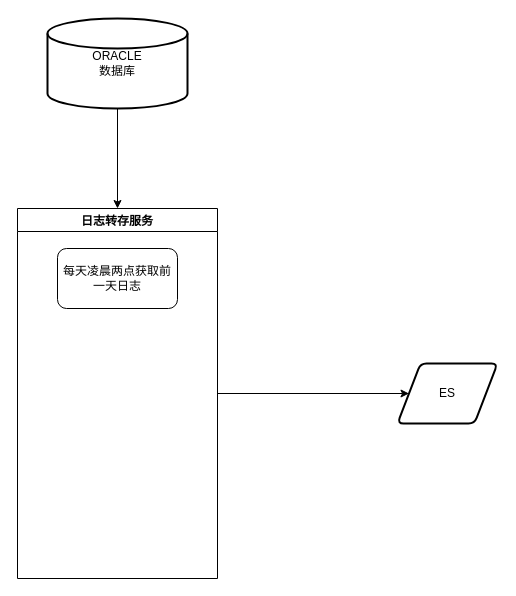
The draw.io diagram page "日志转存流程" (4 of 4) of 流程查找图.drawio in 158698706/tt4a, before the edit. Source tidied: cells renumbered, new cells numbered last; positions are measured from the earlier drawing's top-left corner, leaving out a move shared by most shapes. Both pictures are drawn from the tidied source at 100%, with x=0, y=0 at pixel (17, 18).
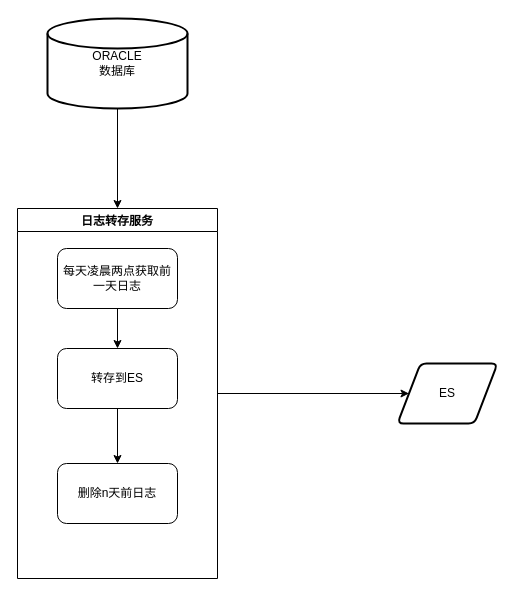
The same diagram, later.

Commit message:
更新流程查找图.drawio

What changed in the source:
```diff
@@
 <mxGraphModel>
   <root>
     <mxCell id="0" />
     <mxCell id="1" parent="0" />
     <mxCell id="2" style="edgeStyle=orthogonalEdgeStyle;rounded=0;jettySize=auto;html=1;entryX=0.5;entryY=0;entryDx=0;entryDy=0;" parent="1" edge="1" source="3" target="6">
       <mxGeometry relative="1" as="geometry" />
     </mxCell>
     <mxCell id="3" value="ORACLE&lt;br&gt;数据库" style="strokeWidth=2;html=1;shape=mxgraph.flowchart.database;whiteSpace=wrap;" parent="1" vertex="1">
       <mxGeometry x="30" width="140" height="90" as="geometry" />
     </mxCell>
     <mxCell id="4" value="ES" style="shape=parallelogram;html=1;strokeWidth=2;perimeter=parallelogramPerimeter;whiteSpace=wrap;rounded=1;arcSize=12;size=0.23;" parent="1" vertex="1">
       <mxGeometry x="380" y="345" width="100" height="60" as="geometry" />
     </mxCell>
     <mxCell id="5" style="edgeStyle=orthogonalEdgeStyle;rounded=0;jettySize=auto;html=1;exitX=1;exitY=0.5;exitDx=0;exitDy=0;" parent="1" edge="1" source="6" target="4">
       <mxGeometry relative="1" as="geometry" />
     </mxCell>
     <mxCell id="6" value="日志转存服务" style="swimlane;" parent="1" vertex="1">
       <mxGeometry y="190" width="200" height="370" as="geometry" />
     </mxCell>
     <mxCell id="7" value="每天凌晨两点获取前一天日志" style="rounded=1;whiteSpace=wrap;html=1;" parent="6" vertex="1">
       <mxGeometry x="40" y="40" width="120" height="60" as="geometry" />
     </mxCell>
+    <mxCell id="8" value="转存到ES" style="whiteSpace=wrap;html=1;rounded=1;" parent="6" vertex="1">
+      <mxGeometry x="40" y="140" width="120" height="60" as="geometry" />
+    </mxCell>
+    <mxCell id="9" style="edgeStyle=orthogonalEdgeStyle;rounded=0;jettySize=auto;html=1;" parent="6" edge="1" source="7" target="8">
+      <mxGeometry relative="1" as="geometry" />
+    </mxCell>
+    <mxCell id="10" value="删除n天前日志" style="whiteSpace=wrap;html=1;rounded=1;" parent="6" vertex="1">
+      <mxGeometry x="40" y="255" width="120" height="60" as="geometry" />
+    </mxCell>
+    <mxCell id="11" style="edgeStyle=orthogonalEdgeStyle;rounded=0;jettySize=auto;html=1;" parent="6" edge="1" source="8" target="10">
+      <mxGeometry relative="1" as="geometry" />
+    </mxCell>
   </root>
 </mxGraphModel>
```
